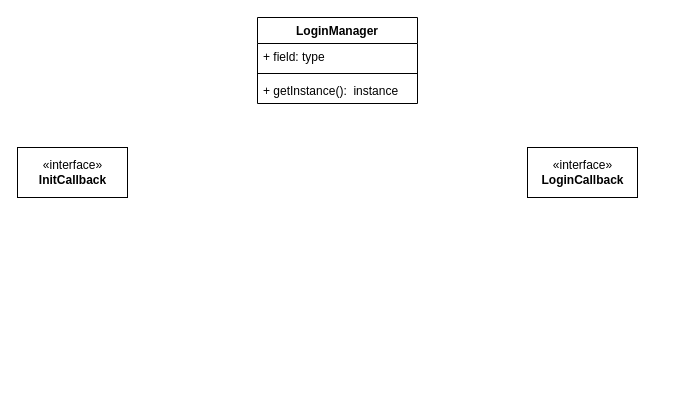
Earlier version of the draw.io diagram .drawio-chrome/登录SDK.drawio (yyht800/SiGuoYa). Source tidied: cells renumbered, new cells numbered last; positions are measured from the earlier drawing's top-left corner, leaving out a move shared by most shapes. Both pictures are drawn from the tidied source at 100%, with x=0, y=0 at pixel (17, 17).
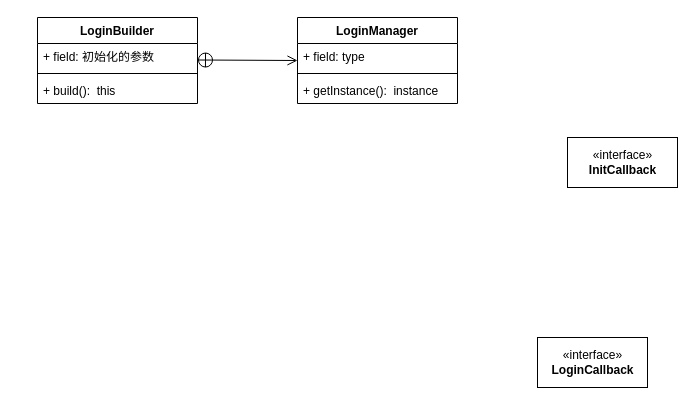
After the change.

What changed in the source:
```diff
@@
 <mxGraphModel>
   <root>
     <mxCell id="0" />
     <mxCell id="1" parent="0" />
     <mxCell id="2" value="«interface»&lt;br&gt;&lt;b&gt;InitCallback&lt;/b&gt;" style="html=1;" parent="1" vertex="1">
-      <mxGeometry y="130" width="110" height="50" as="geometry" />
+      <mxGeometry x="550" y="120" width="110" height="50" as="geometry" />
     </mxCell>
     <mxCell id="3" value="«interface»&lt;br&gt;&lt;b&gt;LoginCallback&lt;/b&gt;" style="html=1;" parent="1" vertex="1">
-      <mxGeometry x="510" y="130" width="110" height="50" as="geometry" />
+      <mxGeometry x="520" y="320" width="110" height="50" as="geometry" />
     </mxCell>
     <mxCell id="4" value="LoginManager" style="swimlane;fontStyle=1;align=center;verticalAlign=top;horizontal=1;startSize=26;" parent="1" vertex="1">
-      <mxGeometry x="240" width="160" height="86" as="geometry" />
+      <mxGeometry x="280" width="160" height="86" as="geometry" />
     </mxCell>
     <mxCell id="5" value="+ field: type" style="text;strokeColor=none;fillColor=none;align=left;verticalAlign=top;spacingLeft=4;spacingRight=4;overflow=hidden;" parent="4" vertex="1">
       <mxGeometry y="26" width="160" height="26" as="geometry" />
     </mxCell>
     <mxCell id="6" style="line;strokeWidth=1;fillColor=none;align=left;verticalAlign=middle;spacingTop=-1;spacingLeft=3;spacingRight=3;labelPosition=right;" parent="4" vertex="1">
       <mxGeometry y="52" width="160" height="8" as="geometry" />
     </mxCell>
     <mxCell id="7" value="+ getInstance():  instance" style="text;strokeColor=none;fillColor=none;align=left;verticalAlign=top;spacingLeft=4;spacingRight=4;overflow=hidden;" parent="4" vertex="1">
       <mxGeometry y="60" width="160" height="26" as="geometry" />
     </mxCell>
+    <mxCell id="8" value="LoginBuilder" style="swimlane;fontStyle=1;align=center;verticalAlign=top;horizontal=1;startSize=26;" parent="1" vertex="1">
+      <mxGeometry x="20" width="160" height="86" as="geometry" />
+    </mxCell>
+    <mxCell id="9" value="+ field: 初始化的参数" style="text;strokeColor=none;fillColor=none;align=left;verticalAlign=top;spacingLeft=4;spacingRight=4;overflow=hidden;" parent="8" vertex="1">
+      <mxGeometry y="26" width="160" height="26" as="geometry" />
+    </mxCell>
+    <mxCell id="10" style="line;strokeWidth=1;fillColor=none;align=left;verticalAlign=middle;spacingTop=-1;spacingLeft=3;spacingRight=3;labelPosition=right;" parent="8" vertex="1">
+      <mxGeometry y="52" width="160" height="8" as="geometry" />
+    </mxCell>
+    <mxCell id="11" value="+ build():  this" style="text;strokeColor=none;fillColor=none;align=left;verticalAlign=top;spacingLeft=4;spacingRight=4;overflow=hidden;" parent="8" vertex="1">
+      <mxGeometry y="60" width="160" height="26" as="geometry" />
+    </mxCell>
+    <mxCell id="12" style="endArrow=open;startArrow=circlePlus;endFill=0;startFill=0;endSize=8;html=1;rounded=0;" parent="1" edge="1">
+      <mxGeometry relative="1" as="geometry">
+        <mxPoint x="180" y="42.5" as="sourcePoint" />
+        <mxPoint x="280" y="43" as="targetPoint" />
+      </mxGeometry>
+    </mxCell>
   </root>
 </mxGraphModel>
```
